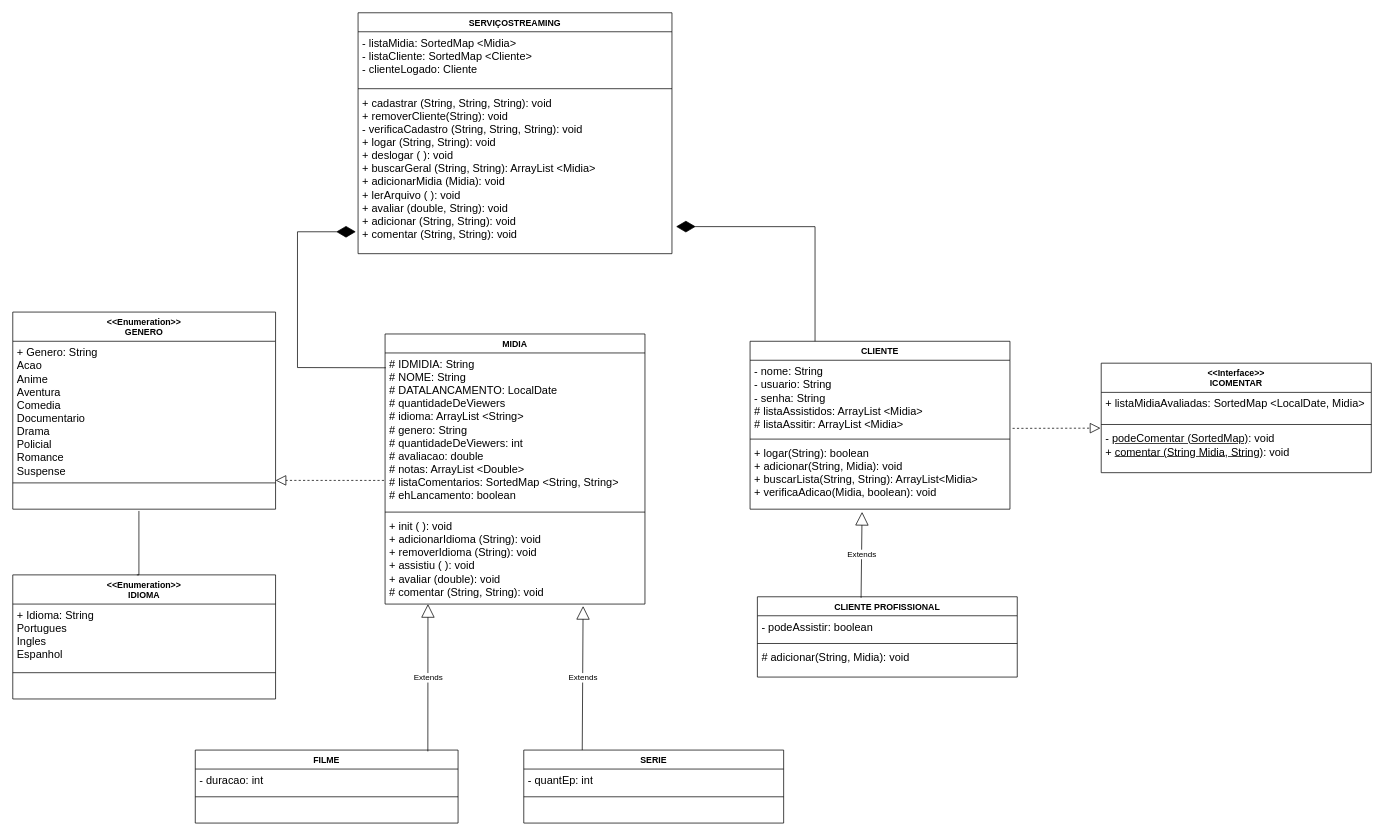
The draw.io diagram docs/diagramas/Diagrama Final.drawio in DisciplinasProgramacao/poo_tp_noite-paj, before the edit. Source tidied: cells renumbered, new cells numbered last; positions are measured from the earlier drawing's top-left corner, leaving out a move shared by most shapes. Both pictures are drawn from the tidied source at 73%, with x=0, y=0 at pixel (12, 12).
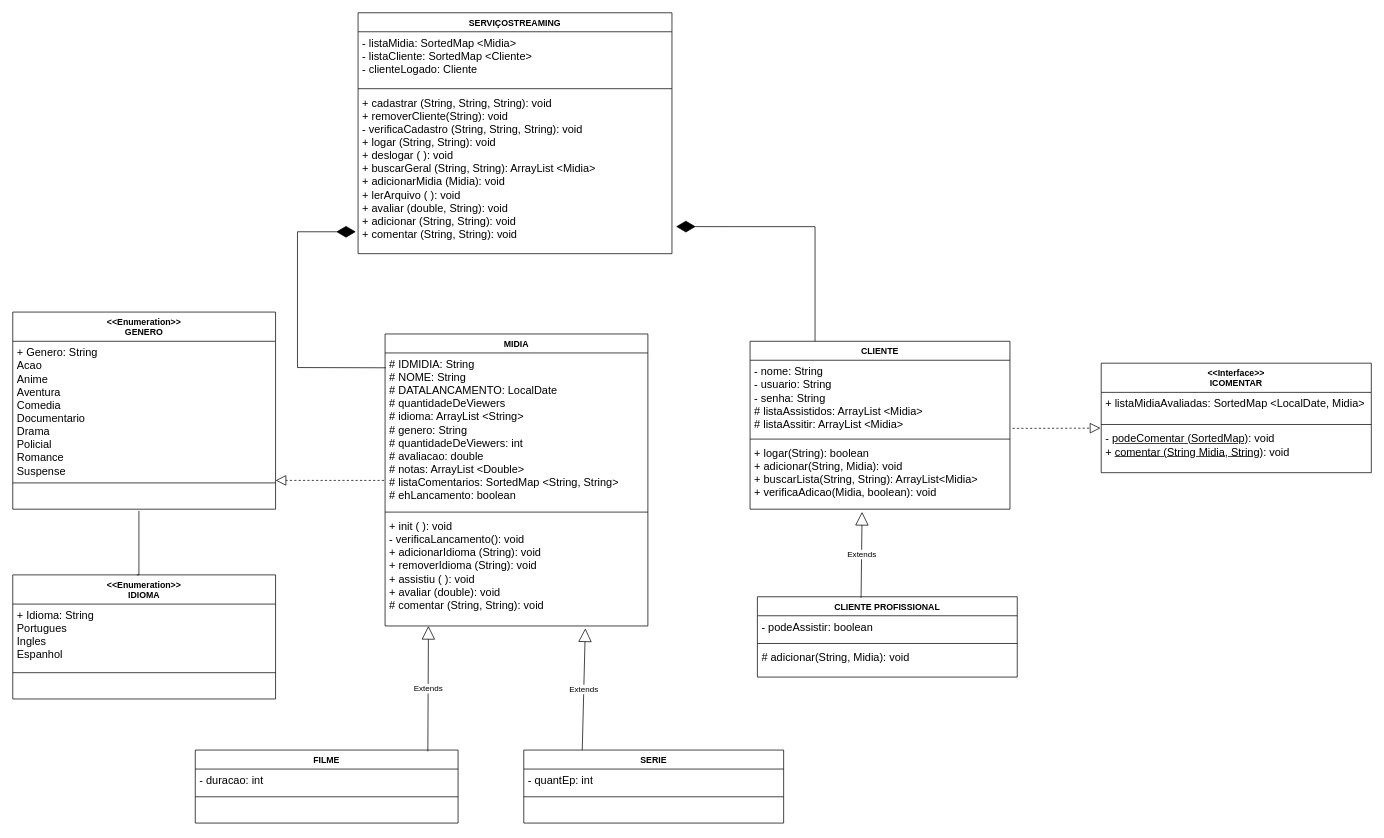
The same page after the edit.

The edit, as a diff of the source:
```diff
@@
     <mxCell id="6" value="MIDIA" style="swimlane;fontStyle=1;align=center;verticalAlign=top;horizontal=1;startSize=26;whiteSpace=wrap;html=1;" parent="1" vertex="1">
-      <mxGeometry x="510" y="440" width="356" height="370" as="geometry" />
+      <mxGeometry x="510" y="440" width="360" height="400" as="geometry" />
     </mxCell>
     <mxCell id="7" value="&lt;font style=&quot;font-size: 15px;&quot;&gt;# IDMIDIA: String&lt;br&gt;# NOME: String&lt;br&gt;# DATALANCAMENTO: LocalDate&lt;br&gt;# quantidadeDeViewers&lt;br&gt;# idioma: ArrayList &amp;lt;String&amp;gt;&lt;br&gt;# genero: String&lt;br&gt;# quantidadeDeViewers: int&lt;br&gt;# avaliacao: double&lt;br&gt;# notas: ArrayList &amp;lt;Double&amp;gt;&lt;br&gt;# listaComentarios: SortedMap &amp;lt;String, String&amp;gt;&lt;br&gt;# ehLancamento: boolean&lt;br&gt;&lt;/font&gt;" style="text;strokeColor=none;fillColor=none;align=left;verticalAlign=top;spacingLeft=4;spacingRight=4;overflow=hidden;points=[[0,0.5],[1,0.5]];portConstraint=eastwest;whiteSpace=wrap;html=1;" parent="6" vertex="1">
-      <mxGeometry y="26" width="356" height="214" as="geometry" />
+      <mxGeometry y="26" width="360" height="214" as="geometry" />
     </mxCell>
     <mxCell id="8" style="line;strokeWidth=1;fillColor=none;align=left;verticalAlign=middle;spacingTop=-1;spacingLeft=3;spacingRight=3;labelPosition=right;strokeColor=inherit;" parent="6" vertex="1">
-      <mxGeometry y="240" width="356" height="8" as="geometry" />
+      <mxGeometry y="240" width="360" height="8" as="geometry" />
     </mxCell>
-    <mxCell id="9" value="&lt;font style=&quot;font-size: 15px;&quot;&gt;+ init ( ): void&lt;br&gt;+ adicionarIdioma (String): void&lt;br&gt;+ removerIdioma (String): void&lt;br&gt;+ assistiu ( ): void&lt;br&gt;+ avaliar (double): void&lt;br&gt;# comentar (String, String): void&lt;br&gt;&lt;br&gt;&lt;/font&gt;" style="text;strokeColor=none;fillColor=none;align=left;verticalAlign=top;spacingLeft=4;spacingRight=4;overflow=hidden;points=[[0,0.5],[1,0.5]];portConstraint=eastwest;whiteSpace=wrap;html=1;" parent="6" vertex="1">
-      <mxGeometry y="248" width="356" height="122" as="geometry" />
+    <mxCell id="9" value="&lt;font style=&quot;font-size: 15px;&quot;&gt;+ init ( ): void&lt;br&gt;- verificaLancamento(): void&lt;br&gt;+ adicionarIdioma (String): void&lt;br&gt;+ removerIdioma (String): void&lt;br&gt;+ assistiu ( ): void&lt;br&gt;+ avaliar (double): void&lt;br&gt;# comentar (String, String): void&lt;br&gt;&lt;br&gt;&lt;/font&gt;" style="text;strokeColor=none;fillColor=none;align=left;verticalAlign=top;spacingLeft=4;spacingRight=4;overflow=hidden;points=[[0,0.5],[1,0.5]];portConstraint=eastwest;whiteSpace=wrap;html=1;" parent="6" vertex="1">
+      <mxGeometry y="248" width="360" height="152" as="geometry" />
     </mxCell>
```
